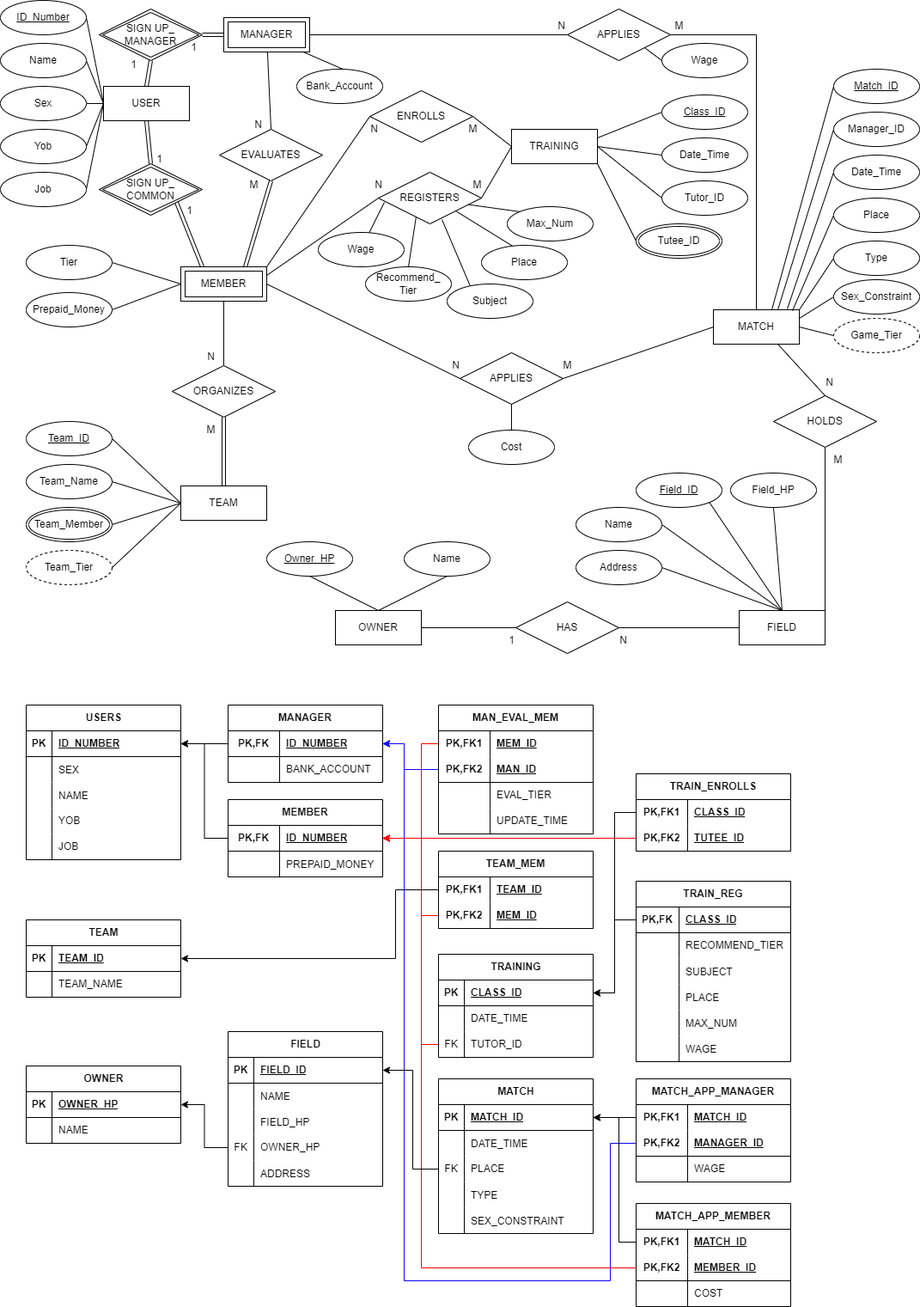
This is erd.png from eutopia115/DB, a draw.io export, as it was before one commit. Source tidied: cells renumbered, new cells last; positions are measured from the earlier drawing's top-left corner, leaving out a move shared by most shapes.
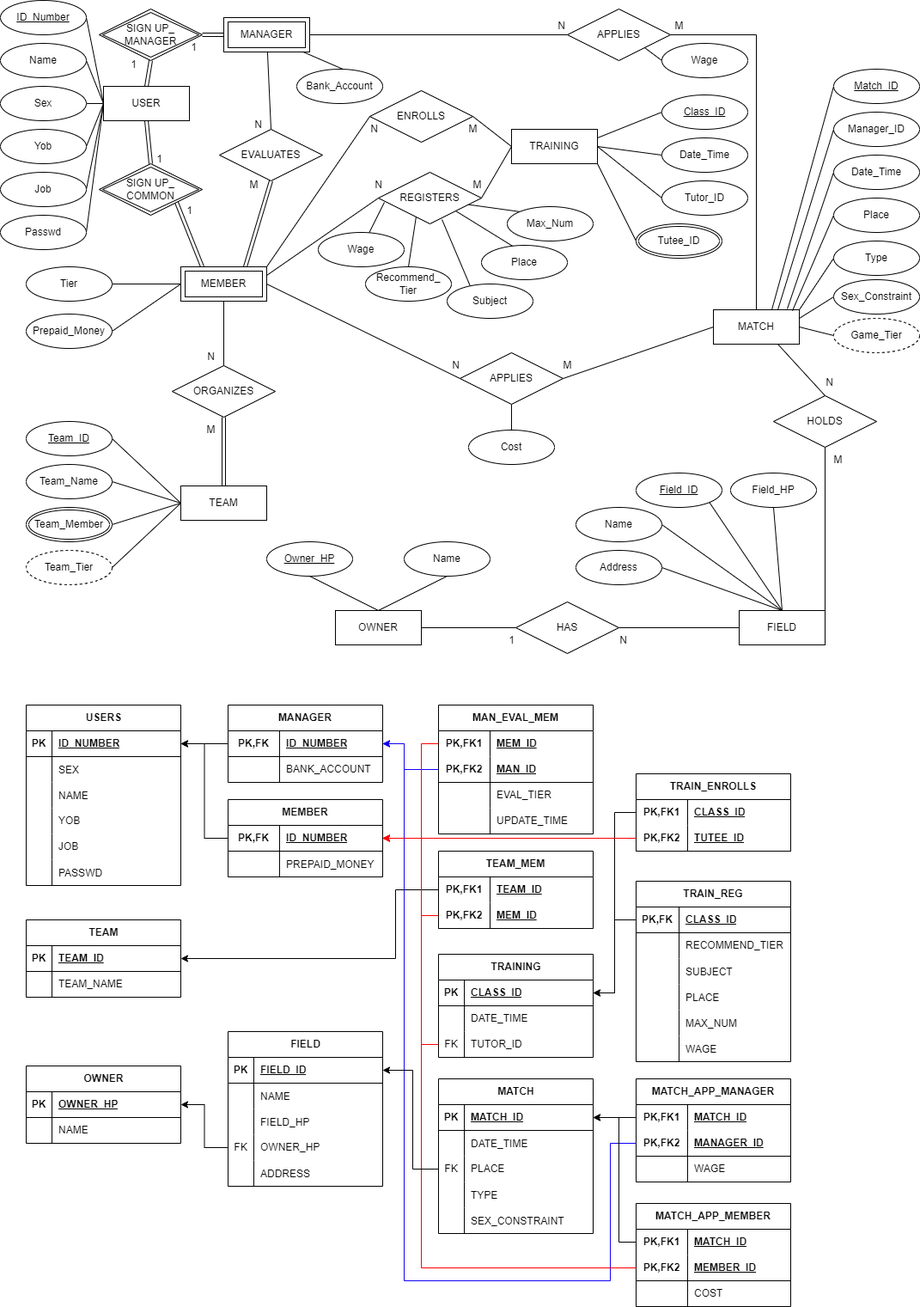
After the commit.

What changed in the source:
```diff
@@ -87,10 +87,10 @@
       <mxGeometry relative="1" as="geometry" />
     </mxCell>
     <mxCell id="30" value="Tier" style="ellipse;whiteSpace=wrap;html=1;align=center;" parent="1" vertex="1">
-      <mxGeometry x="30" y="285" width="100" height="40" as="geometry" />
+      <mxGeometry x="30" y="310" width="100" height="40" as="geometry" />
     </mxCell>
     <mxCell id="31" value="Prepaid_Money" style="ellipse;whiteSpace=wrap;html=1;align=center;" parent="1" vertex="1">
-      <mxGeometry x="30" y="340" width="100" height="40" as="geometry" />
+      <mxGeometry x="30" y="365" width="100" height="40" as="geometry" />
     </mxCell>
     <mxCell id="32" value="Bank_Account" style="ellipse;whiteSpace=wrap;html=1;align=center;" parent="1" vertex="1">
       <mxGeometry x="345" y="80" width="100" height="40" as="geometry" />
@@ -395,7 +395,7 @@
       <mxGeometry x="30" y="540" width="100" height="40" as="geometry" />
     </mxCell>
     <mxCell id="132" value="USERS" style="shape=table;startSize=30;rowLines=0;fontStyle=1;align=center;html=1;" parent="1" vertex="1">
-      <mxGeometry x="30" y="820" width="180" height="180" as="geometry" />
+      <mxGeometry x="30" y="820" width="180" height="210" as="geometry" />
     </mxCell>
     <mxCell id="133" style="shape=tableRow;horizontal=0;startSize=0;swimlaneHead=0;swimlaneBody=0;fillColor=none;points=[[0,0.5],[1,0.5]];portConstraint=eastwest;top=0;left=0;right=0;bottom=1;" parent="132" vertex="1">
       <mxGeometry y="30" width="180" height="30" as="geometry" />
@@ -442,6 +442,15 @@
     <mxCell id="147" value="JOB" style="shape=partialRectangle;fillColor=none;top=0;left=0;bottom=0;right=0;align=left;spacingLeft=6;overflow=hidden;whiteSpace=wrap;html=1;" parent="145" vertex="1">
       <mxGeometry x="30" width="150" height="30" as="geometry" />
     </mxCell>
+    <mxCell id="300" style="shape=tableRow;horizontal=0;startSize=0;swimlaneHead=0;swimlaneBody=0;fillColor=none;top=0;left=0;right=0;bottom=0;" parent="132" vertex="1">
+      <mxGeometry y="180" width="180" height="30" as="geometry" />
+    </mxCell>
+    <mxCell id="301" style="shape=partialRectangle;fillColor=none;top=0;left=0;bottom=0;right=0;overflow=hidden;" parent="300" vertex="1">
+      <mxGeometry width="30" height="30" as="geometry" />
+    </mxCell>
+    <mxCell id="302" value="PASSWD" style="shape=partialRectangle;fillColor=none;top=0;left=0;bottom=0;right=0;align=left;spacingLeft=6;overflow=hidden;" parent="300" vertex="1">
+      <mxGeometry x="30" width="150" height="30" as="geometry" />
+    </mxCell>
     <mxCell id="148" value="MANAGER" style="shape=table;startSize=30;rowLines=0;fontStyle=1;align=center;html=1;whiteSpace=wrap;" parent="1" vertex="1">
       <mxGeometry x="265" y="820" width="180" height="90" as="geometry" />
     </mxCell>
@@ -945,5 +954,11 @@
     <mxCell id="299" style="edgeStyle=orthogonalEdgeStyle;rounded=0;jettySize=auto;html=1;exitX=0;exitY=0.5;exitDx=0;exitDy=0;entryX=1;entryY=0.5;entryDx=0;entryDy=0;" parent="1" edge="1" source="248" target="232">
       <mxGeometry relative="1" as="geometry" />
     </mxCell>
+    <mxCell id="303" style="rounded=0;jettySize=auto;html=1;exitX=1;exitY=0.5;exitDx=0;exitDy=0;entryX=0;entryY=0.5;entryDx=0;entryDy=0;endArrow=none;endFill=0;" parent="1" edge="1" source="304" target="4">
+      <mxGeometry relative="1" as="geometry" />
+    </mxCell>
+    <mxCell id="304" value="Passwd" style="ellipse;whiteSpace=wrap;html=1;align=center;" parent="1" vertex="1">
+      <mxGeometry y="250" width="100" height="40" as="geometry" />
+    </mxCell>
   </root>
 </mxGraphModel>
```
